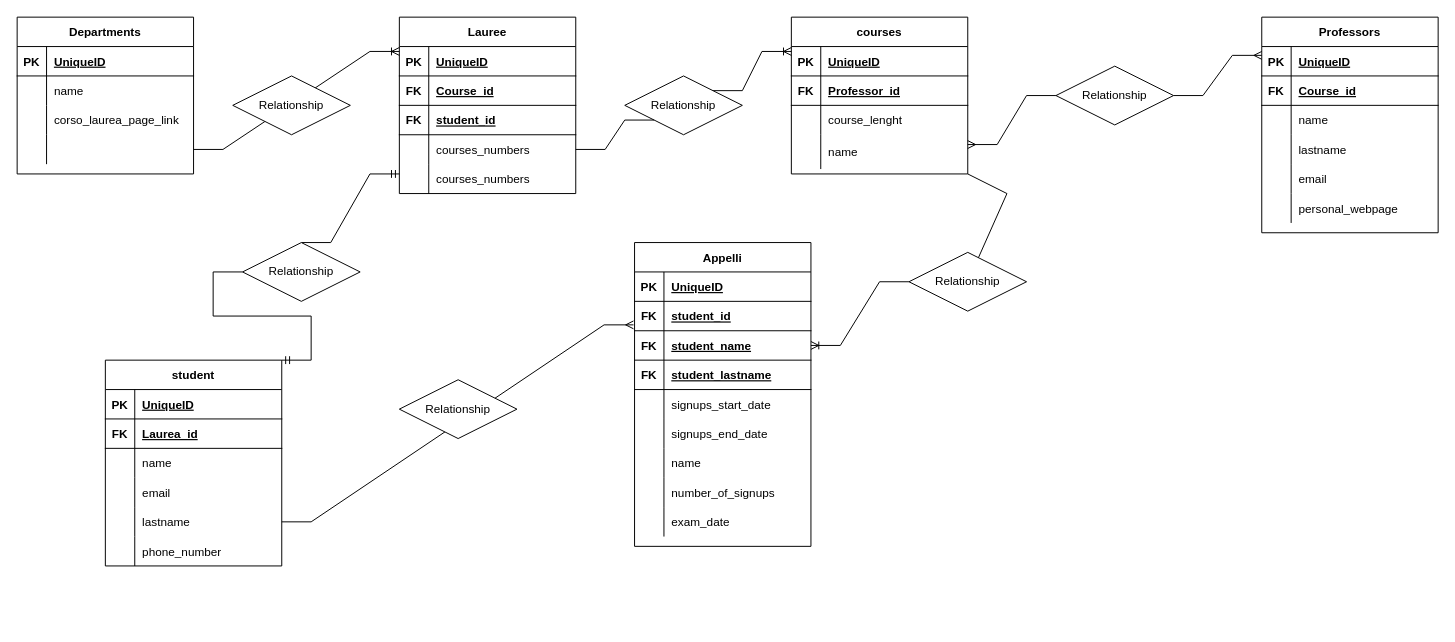
Above: universities.drawio in FedericoCapitani/db-university (draw.io), before the change. Source tidied: cells renumbered, new cells numbered last; positions are measured from the earlier drawing's top-left corner, leaving out a move shared by most shapes. Both pictures are drawn from the tidied source at 98%, with x=0, y=0 at pixel (17, 17).
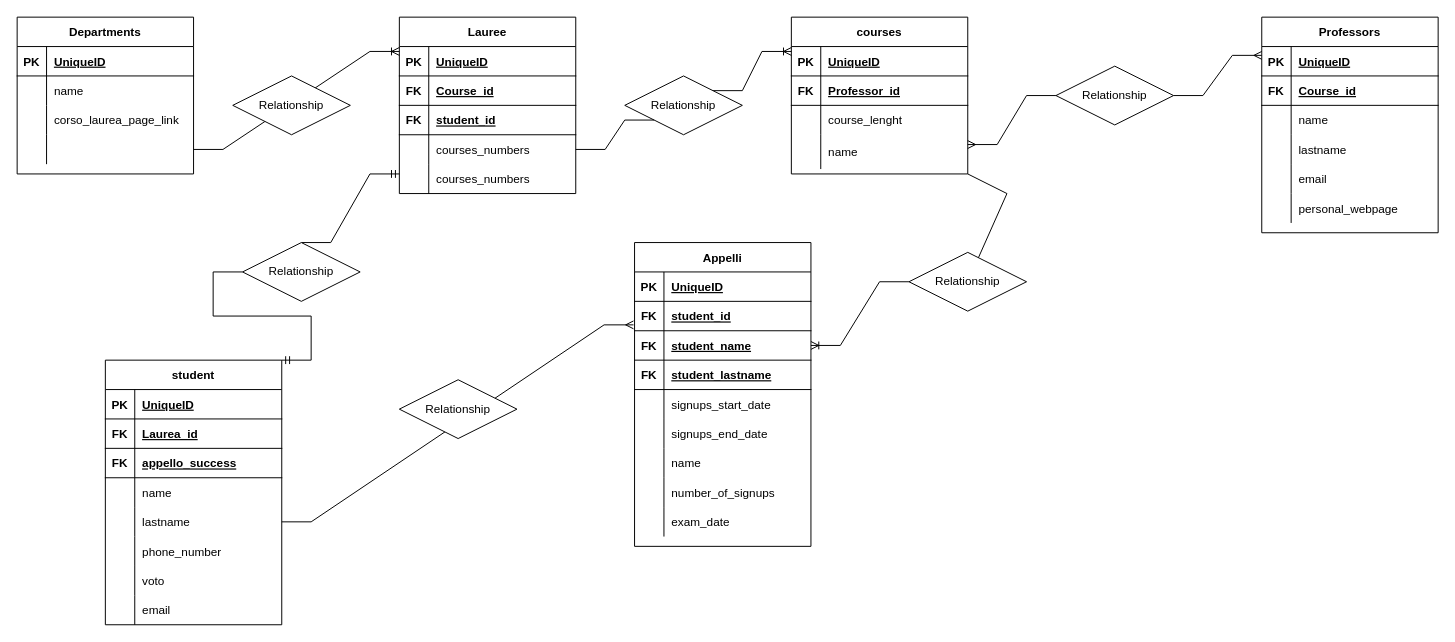
The same page after the edit.

The change refers to these unchanged cells:
```xml
<mxCell id="127" style="shape=tableRow;horizontal=0;startSize=0;swimlaneHead=0;swimlaneBody=0;fillColor=none;top=0;left=0;right=0;bottom=0;" parent="120" vertex="1">
  <mxGeometry y="90" width="180" height="30" as="geometry" />
</mxCell>
<mxCell id="130" style="shape=tableRow;horizontal=0;startSize=0;swimlaneHead=0;swimlaneBody=0;fillColor=none;top=0;left=0;right=0;bottom=0;" parent="120" vertex="1">
  <mxGeometry y="120" width="180" height="30" as="geometry" />
</mxCell>
```

Change to the diagram source:
```diff
@@
     <mxCell id="120" value="student" style="shape=table;startSize=30;childLayout=tableLayout;rowLines=0;fontStyle=1;align=center;" parent="1" vertex="1">
-      <mxGeometry x="90" y="350" width="180" height="210" as="geometry" />
+      <mxGeometry x="90" y="350" width="180" height="270" as="geometry" />
     </mxCell>
@@
-    <mxCell id="129" value="name" style="shape=partialRectangle;fillColor=none;top=0;left=0;bottom=0;right=0;align=left;spacingLeft=6;overflow=hidden;" parent="127" vertex="1">
+    <mxCell id="129" style="shape=partialRectangle;fillColor=none;top=0;left=0;bottom=0;right=0;align=left;spacingLeft=6;overflow=hidden;" parent="127" vertex="1">
       <mxGeometry x="30" width="150" height="30" as="geometry" />
     </mxCell>
@@
-    <mxCell id="132" value="email" style="shape=partialRectangle;fillColor=none;top=0;left=0;bottom=0;right=0;align=left;spacingLeft=6;overflow=hidden;" parent="130" vertex="1">
+    <mxCell id="132" value="name" style="shape=partialRectangle;fillColor=none;top=0;left=0;bottom=0;right=0;align=left;spacingLeft=6;overflow=hidden;" parent="130" vertex="1">
       <mxGeometry x="30" width="150" height="30" as="geometry" />
     </mxCell>
@@
+    <mxCell id="150" style="shape=tableRow;horizontal=0;startSize=0;swimlaneHead=0;swimlaneBody=0;fillColor=none;top=0;left=0;right=0;bottom=0;" parent="120" vertex="1">
+      <mxGeometry y="210" width="180" height="30" as="geometry" />
+    </mxCell>
+    <mxCell id="151" style="shape=partialRectangle;fillColor=none;top=0;left=0;bottom=0;right=0;overflow=hidden;" parent="150" vertex="1">
+      <mxGeometry width="30" height="30" as="geometry" />
+    </mxCell>
+    <mxCell id="152" value="voto" style="shape=partialRectangle;fillColor=none;top=0;left=0;bottom=0;right=0;align=left;spacingLeft=6;overflow=hidden;" parent="150" vertex="1">
+      <mxGeometry x="30" width="150" height="30" as="geometry" />
+    </mxCell>
+    <mxCell id="153" style="shape=tableRow;horizontal=0;startSize=0;swimlaneHead=0;swimlaneBody=0;fillColor=none;top=0;left=0;right=0;bottom=0;" parent="120" vertex="1">
+      <mxGeometry y="240" width="180" height="30" as="geometry" />
+    </mxCell>
+    <mxCell id="154" style="shape=partialRectangle;fillColor=none;top=0;left=0;bottom=0;right=0;overflow=hidden;" parent="153" vertex="1">
+      <mxGeometry width="30" height="30" as="geometry" />
+    </mxCell>
+    <mxCell id="155" value="email" style="shape=partialRectangle;fillColor=none;top=0;left=0;bottom=0;right=0;align=left;spacingLeft=6;overflow=hidden;" parent="153" vertex="1">
+      <mxGeometry x="30" width="150" height="30" as="geometry" />
+    </mxCell>
@@
+    <mxCell id="156" style="shape=tableRow;horizontal=0;startSize=0;swimlaneHead=0;swimlaneBody=0;fillColor=none;top=0;left=0;right=0;bottom=1;" parent="1" vertex="1">
+      <mxGeometry x="90" y="440" width="180" height="30" as="geometry" />
+    </mxCell>
+    <mxCell id="157" value="FK" style="shape=partialRectangle;fillColor=none;top=0;left=0;bottom=0;right=0;fontStyle=1;overflow=hidden;" parent="156" vertex="1">
+      <mxGeometry width="30" height="30" as="geometry" />
+    </mxCell>
+    <mxCell id="158" value="appello_success" style="shape=partialRectangle;fillColor=none;top=0;left=0;bottom=0;right=0;align=left;spacingLeft=6;fontStyle=5;overflow=hidden;" parent="156" vertex="1">
+      <mxGeometry x="30" width="150" height="30" as="geometry" />
+    </mxCell>
```
